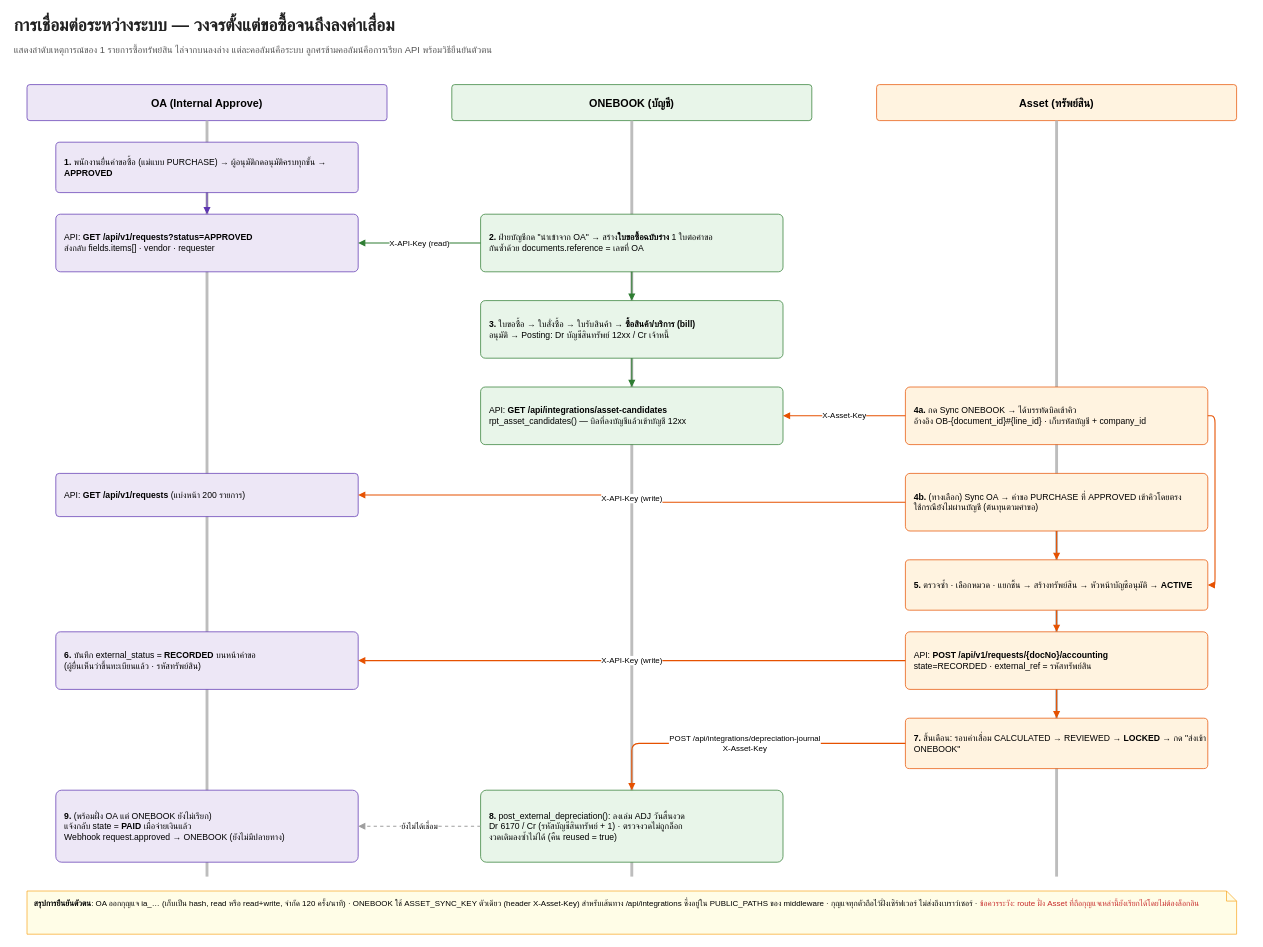
Earlier version of the draw.io diagram page "5. การเชื่อมต่อระหว่างระบบ (End-to-End)" (5 of 9) of apps/asset/docs/SHD-Platform-Flow.drawio (tiwpheerachan/Asset). Source tidied: cells renumbered, new cells numbered last; positions are measured from the earlier drawing's top-left corner, leaving out a move shared by most shapes. Both pictures are drawn from the tidied source at 72%, with x=0, y=0 at pixel (12, 12).
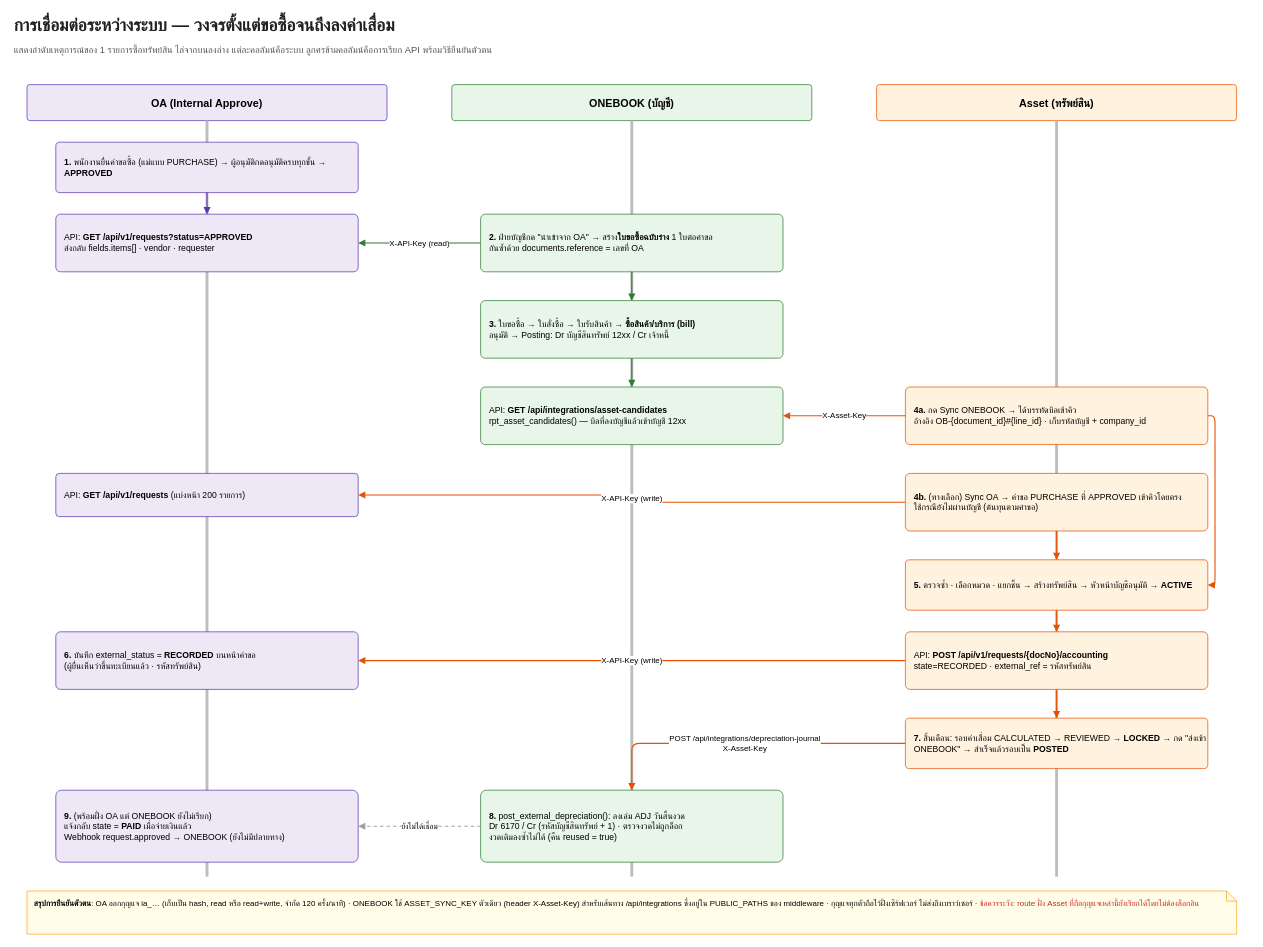
After the change.

Change to the diagram source:
```diff
@@
-    <mxCell id="21" value="&lt;b&gt;7.&lt;/b&gt; สิ้นเดือน: รอบค่าเสื่อม CALCULATED → REVIEWED → &lt;b&gt;LOCKED&lt;/b&gt; → กด &quot;ส่งเข้า ONEBOOK&quot;" style="rounded=1;whiteSpace=wrap;html=1;arcSize=8;fillColor=#FFF3E0;strokeColor=#E65100;fontFamily=Sarabun;fontSize=12;align=left;spacingLeft=10;" parent="1" vertex="1">
+    <mxCell id="21" value="&lt;b&gt;7.&lt;/b&gt; สิ้นเดือน: รอบค่าเสื่อม CALCULATED → REVIEWED → &lt;b&gt;LOCKED&lt;/b&gt; → กด &quot;ส่งเข้า ONEBOOK&quot; → สำเร็จแล้วรอบเป็น &lt;b&gt;POSTED&lt;/b&gt;" style="rounded=1;whiteSpace=wrap;html=1;arcSize=8;fillColor=#FFF3E0;strokeColor=#E65100;fontFamily=Sarabun;fontSize=12;align=left;spacingLeft=10;" parent="1" vertex="1">
       <mxGeometry x="1240" y="980" width="420" height="70" as="geometry" />
     </mxCell>
```
